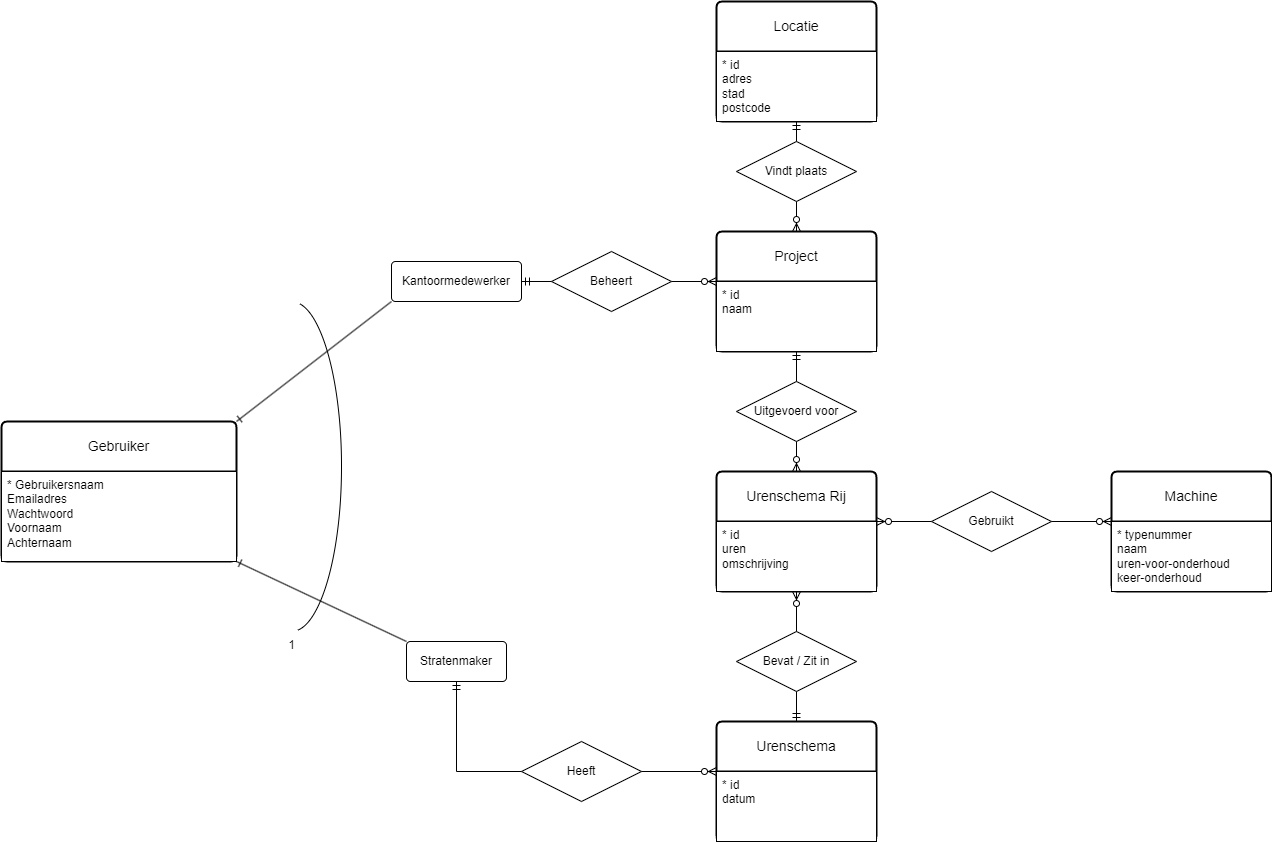
Before: apps/frontend/src/assets/images/ERD.png, a diagram exported from draw.io (damian-elenbaas/hour-master). Source tidied: cells renumbered, new cells last; positions are measured from the earlier drawing's top-left corner, leaving out a move shared by most shapes. Source of this version:
```xml
<mxGraphModel>
  <root>
    <mxCell id="0" />
    <mxCell id="1" parent="0" />
    <mxCell id="2" value="Gebruiker" style="swimlane;horizontal=1;startSize=50;rounded=1;fontSize=14;fontStyle=0;strokeWidth=2;shadow=0;dashed=0;align=center;arcSize=4;whiteSpace=wrap;html=1;" parent="1" vertex="1">
      <mxGeometry y="420" width="235" height="140" as="geometry" />
    </mxCell>
    <mxCell id="3" value="* Gebruikersnaam&lt;br&gt;Emailadres&lt;br&gt;Wachtwoord&lt;br&gt;Voornaam&lt;br&gt;Achternaam" style="align=left;spacingLeft=4;fontSize=12;verticalAlign=top;html=1;" parent="2" vertex="1">
      <mxGeometry y="50" width="235" height="90" as="geometry" />
    </mxCell>
    <mxCell id="4" value="Kantoormedewerker" style="rounded=1;arcSize=10;whiteSpace=wrap;html=1;align=center;" parent="1" vertex="1">
      <mxGeometry x="390" y="260" width="130" height="40" as="geometry" />
    </mxCell>
    <mxCell id="5" value="Stratenmaker" style="rounded=1;arcSize=10;whiteSpace=wrap;html=1;align=center;" parent="1" vertex="1">
      <mxGeometry x="405" y="640" width="100" height="40" as="geometry" />
    </mxCell>
    <mxCell id="6" value="Urenschema" style="swimlane;horizontal=1;startSize=50;rounded=1;fontSize=14;fontStyle=0;strokeWidth=2;shadow=0;dashed=0;align=center;arcSize=4;whiteSpace=wrap;html=1;" parent="1" vertex="1">
      <mxGeometry x="715" y="720" width="160" height="120" as="geometry" />
    </mxCell>
    <mxCell id="7" value="* id&lt;br&gt;datum" style="align=left;spacingLeft=4;fontSize=12;verticalAlign=top;html=1;" parent="6" vertex="1">
      <mxGeometry y="50" width="160" height="70" as="geometry" />
    </mxCell>
    <mxCell id="8" value="Bevat / Zit in" style="shape=rhombus;perimeter=rhombusPerimeter;whiteSpace=wrap;html=1;align=center;" parent="1" vertex="1">
      <mxGeometry x="735" y="630" width="120" height="60" as="geometry" />
    </mxCell>
    <mxCell id="9" value="Urenschema Rij" style="swimlane;horizontal=1;startSize=50;rounded=1;fontSize=14;fontStyle=0;strokeWidth=2;shadow=0;dashed=0;align=center;arcSize=4;whiteSpace=wrap;html=1;" parent="1" vertex="1">
      <mxGeometry x="715" y="470" width="160" height="120" as="geometry" />
    </mxCell>
    <mxCell id="10" value="* id&lt;br&gt;uren&lt;br&gt;omschrijving&lt;br&gt;" style="align=left;spacingLeft=4;fontSize=12;verticalAlign=top;html=1;" parent="9" vertex="1">
      <mxGeometry y="50" width="160" height="70" as="geometry" />
    </mxCell>
    <mxCell id="11" value="Project" style="swimlane;horizontal=1;startSize=50;rounded=1;fontSize=14;fontStyle=0;strokeWidth=2;shadow=0;dashed=0;align=center;arcSize=4;whiteSpace=wrap;html=1;" parent="1" vertex="1">
      <mxGeometry x="715" y="230" width="160" height="120" as="geometry" />
    </mxCell>
    <mxCell id="12" value="* id&lt;br&gt;naam" style="align=left;spacingLeft=4;fontSize=12;verticalAlign=top;html=1;" parent="11" vertex="1">
      <mxGeometry y="50" width="160" height="70" as="geometry" />
    </mxCell>
    <mxCell id="13" value="Locatie" style="swimlane;horizontal=1;startSize=50;rounded=1;fontSize=14;fontStyle=0;strokeWidth=2;shadow=0;dashed=0;align=center;arcSize=4;whiteSpace=wrap;html=1;" parent="1" vertex="1">
      <mxGeometry x="715" width="160" height="120" as="geometry" />
    </mxCell>
    <mxCell id="14" value="* id&lt;br&gt;adres&lt;br&gt;stad&lt;br&gt;postcode" style="align=left;spacingLeft=4;fontSize=12;verticalAlign=top;html=1;" parent="13" vertex="1">
      <mxGeometry y="50" width="160" height="70" as="geometry" />
    </mxCell>
    <mxCell id="15" value="Machine" style="swimlane;horizontal=1;startSize=50;rounded=1;fontSize=14;fontStyle=0;strokeWidth=2;shadow=0;dashed=0;align=center;arcSize=4;whiteSpace=wrap;html=1;" parent="1" vertex="1">
      <mxGeometry x="1110" y="470" width="160" height="120" as="geometry" />
    </mxCell>
    <mxCell id="16" value="* typenummer&lt;br&gt;naam&lt;br&gt;uren-voor-onderhoud&lt;br&gt;keer-onderhoud" style="align=left;spacingLeft=4;fontSize=12;verticalAlign=top;html=1;" parent="15" vertex="1">
      <mxGeometry y="50" width="160" height="70" as="geometry" />
    </mxCell>
    <mxCell id="17" style="fontSize=12;html=1;endArrow=ERzeroToMany;endFill=1;rounded=0;exitX=0.5;exitY=0;exitDx=0;exitDy=0;entryX=0.5;entryY=1;entryDx=0;entryDy=0;" parent="1" edge="1" source="8" target="10">
      <mxGeometry relative="1" as="geometry" />
    </mxCell>
    <mxCell id="18" style="fontSize=12;html=1;endArrow=ERmandOne;rounded=0;exitX=0.5;exitY=1;exitDx=0;exitDy=0;entryX=0.5;entryY=0;entryDx=0;entryDy=0;" parent="1" edge="1" source="8" target="6">
      <mxGeometry relative="1" as="geometry" />
    </mxCell>
    <mxCell id="19" value="Gebruikt" style="shape=rhombus;perimeter=rhombusPerimeter;whiteSpace=wrap;html=1;align=center;" parent="1" vertex="1">
      <mxGeometry x="930" y="490" width="120" height="60" as="geometry" />
    </mxCell>
    <mxCell id="20" style="fontSize=12;html=1;endArrow=ERzeroToMany;endFill=1;rounded=0;exitX=0;exitY=0.5;exitDx=0;exitDy=0;entryX=1;entryY=0;entryDx=0;entryDy=0;" parent="1" edge="1" source="19" target="10">
      <mxGeometry relative="1" as="geometry" />
    </mxCell>
    <mxCell id="21" style="fontSize=12;html=1;endArrow=ERzeroToMany;endFill=1;rounded=0;exitX=1;exitY=0.5;exitDx=0;exitDy=0;entryX=0;entryY=0;entryDx=0;entryDy=0;" parent="1" edge="1" source="19" target="16">
      <mxGeometry relative="1" as="geometry" />
    </mxCell>
    <mxCell id="22" style="fontSize=12;html=1;endArrow=ERzeroToMany;endFill=1;rounded=0;exitX=0.5;exitY=1;exitDx=0;exitDy=0;entryX=0.5;entryY=0;entryDx=0;entryDy=0;" parent="1" edge="1" source="23" target="9">
      <mxGeometry relative="1" as="geometry" />
    </mxCell>
    <mxCell id="23" value="Uitgevoerd voor" style="shape=rhombus;perimeter=rhombusPerimeter;whiteSpace=wrap;html=1;align=center;" parent="1" vertex="1">
      <mxGeometry x="735" y="380" width="120" height="60" as="geometry" />
    </mxCell>
    <mxCell id="24" style="fontSize=12;html=1;endArrow=ERmandOne;rounded=0;exitX=0.5;exitY=0;exitDx=0;exitDy=0;entryX=0.5;entryY=1;entryDx=0;entryDy=0;" parent="1" edge="1" source="23" target="12">
      <mxGeometry relative="1" as="geometry" />
    </mxCell>
    <mxCell id="25" value="Vindt plaats" style="shape=rhombus;perimeter=rhombusPerimeter;whiteSpace=wrap;html=1;align=center;" parent="1" vertex="1">
      <mxGeometry x="735" y="140" width="120" height="60" as="geometry" />
    </mxCell>
    <mxCell id="26" style="fontSize=12;html=1;endArrow=ERzeroToMany;endFill=1;rounded=0;exitX=0.5;exitY=1;exitDx=0;exitDy=0;entryX=0.5;entryY=0;entryDx=0;entryDy=0;" parent="1" edge="1" source="25" target="11">
      <mxGeometry relative="1" as="geometry" />
    </mxCell>
    <mxCell id="27" style="fontSize=12;html=1;endArrow=ERmandOne;rounded=0;exitX=0.5;exitY=0;exitDx=0;exitDy=0;entryX=0.5;entryY=1;entryDx=0;entryDy=0;" parent="1" edge="1" source="25" target="14">
      <mxGeometry relative="1" as="geometry" />
    </mxCell>
    <mxCell id="28" value="1" style="verticalLabelPosition=bottom;verticalAlign=top;html=1;shape=mxgraph.basic.arc;startAngle=0.025757227158889732;endAngle=0.4806437312739485;" parent="1" vertex="1">
      <mxGeometry x="240" y="300" width="100" height="330" as="geometry" />
    </mxCell>
    <mxCell id="29" style="endArrow=none;html=1;rounded=0;exitX=1;exitY=1;exitDx=0;exitDy=0;entryX=0;entryY=0;entryDx=0;entryDy=0;startArrow=ERone;startFill=0;" parent="1" edge="1" source="3" target="5">
      <mxGeometry relative="1" as="geometry" />
    </mxCell>
    <mxCell id="30" style="endArrow=none;html=1;rounded=0;exitX=1;exitY=0;exitDx=0;exitDy=0;entryX=0;entryY=1;entryDx=0;entryDy=0;endFill=0;startArrow=ERone;startFill=0;" parent="1" edge="1" source="2" target="4">
      <mxGeometry relative="1" as="geometry" />
    </mxCell>
    <mxCell id="31" value="Beheert" style="shape=rhombus;perimeter=rhombusPerimeter;whiteSpace=wrap;html=1;align=center;" parent="1" vertex="1">
      <mxGeometry x="550" y="250" width="120" height="60" as="geometry" />
    </mxCell>
    <mxCell id="32" value="Heeft" style="shape=rhombus;perimeter=rhombusPerimeter;whiteSpace=wrap;html=1;align=center;" parent="1" vertex="1">
      <mxGeometry x="520" y="740" width="120" height="60" as="geometry" />
    </mxCell>
    <mxCell id="33" style="fontSize=12;html=1;endArrow=ERmandOne;rounded=0;exitX=0;exitY=0.5;exitDx=0;exitDy=0;entryX=1;entryY=0.5;entryDx=0;entryDy=0;" parent="1" edge="1" source="31" target="4">
      <mxGeometry relative="1" as="geometry" />
    </mxCell>
    <mxCell id="34" style="fontSize=12;html=1;endArrow=ERzeroToMany;endFill=1;rounded=0;exitX=1;exitY=0.5;exitDx=0;exitDy=0;entryX=0;entryY=0;entryDx=0;entryDy=0;" parent="1" edge="1" source="31" target="12">
      <mxGeometry relative="1" as="geometry" />
    </mxCell>
    <mxCell id="35" style="fontSize=12;html=1;endArrow=ERmandOne;rounded=0;exitX=0;exitY=0.5;exitDx=0;exitDy=0;entryX=0.5;entryY=1;entryDx=0;entryDy=0;" parent="1" edge="1" source="32" target="5">
      <mxGeometry relative="1" as="geometry">
        <Array as="points">
          <mxPoint x="455" y="770" />
        </Array>
      </mxGeometry>
    </mxCell>
    <mxCell id="36" style="fontSize=12;html=1;endArrow=ERzeroToMany;endFill=1;rounded=0;exitX=1;exitY=0.5;exitDx=0;exitDy=0;entryX=0;entryY=0;entryDx=0;entryDy=0;" parent="1" edge="1" source="32" target="7">
      <mxGeometry relative="1" as="geometry" />
    </mxCell>
  </root>
</mxGraphModel>
```
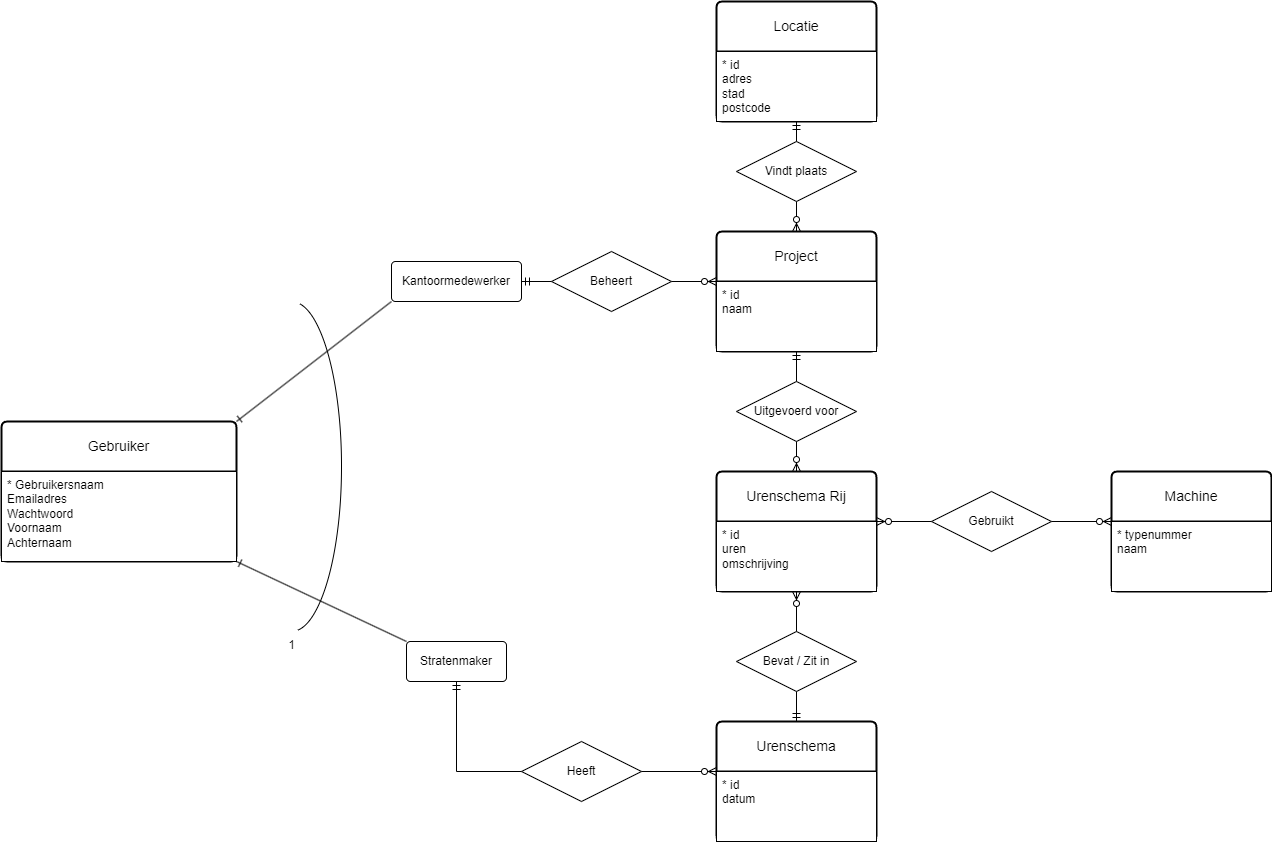
The same diagram one commit later.

The edit, as a diff of the source:
```diff
@@ -44,7 +44,7 @@
     <mxCell id="15" value="Machine" style="swimlane;horizontal=1;startSize=50;rounded=1;fontSize=14;fontStyle=0;strokeWidth=2;shadow=0;dashed=0;align=center;arcSize=4;whiteSpace=wrap;html=1;" parent="1" vertex="1">
       <mxGeometry x="1110" y="470" width="160" height="120" as="geometry" />
     </mxCell>
-    <mxCell id="16" value="* typenummer&lt;br&gt;naam&lt;br&gt;uren-voor-onderhoud&lt;br&gt;keer-onderhoud" style="align=left;spacingLeft=4;fontSize=12;verticalAlign=top;html=1;" parent="15" vertex="1">
+    <mxCell id="16" value="* typenummer&lt;br&gt;naam" style="align=left;spacingLeft=4;fontSize=12;verticalAlign=top;html=1;" parent="15" vertex="1">
       <mxGeometry y="50" width="160" height="70" as="geometry" />
     </mxCell>
     <mxCell id="17" style="fontSize=12;html=1;endArrow=ERzeroToMany;endFill=1;rounded=0;exitX=0.5;exitY=0;exitDx=0;exitDy=0;entryX=0.5;entryY=1;entryDx=0;entryDy=0;" parent="1" edge="1" source="8" target="10">
```
